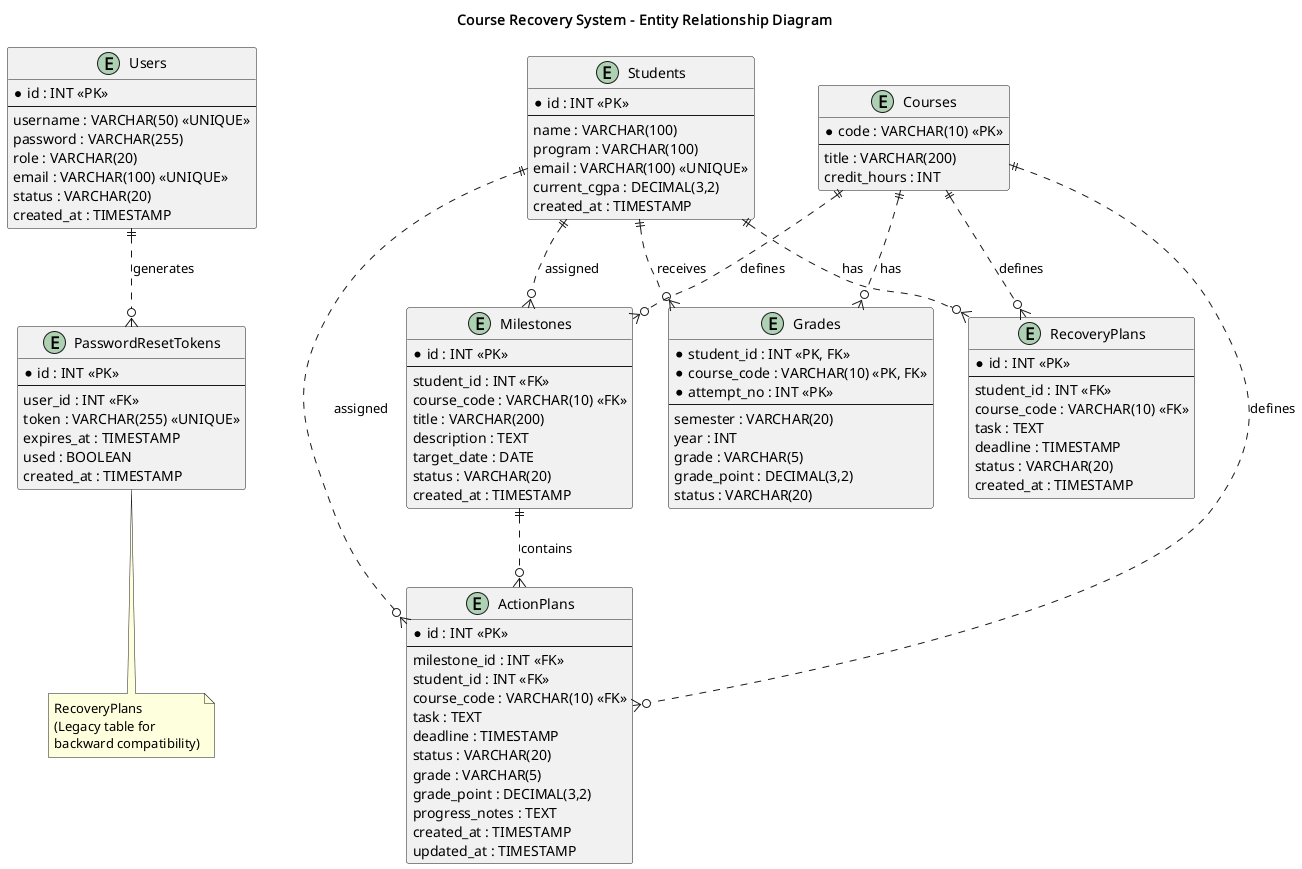
Before: plans/diagrams/erd.png, a diagram exported from PlantUML (meow-d/epda-assignment). The source it was exported from:
```plantuml
@startuml erd
title Course Recovery System - Entity Relationship Diagram

entity Users {
  *id : INT <<PK>>
  --
  username : VARCHAR(50) <<UNIQUE>>
  password : VARCHAR(255)
  role : VARCHAR(20)
  email : VARCHAR(100) <<UNIQUE>>
  status : VARCHAR(20)
  created_at : TIMESTAMP
}

entity Students {
  *id : INT <<PK>>
  --
  name : VARCHAR(100)
  program : VARCHAR(100)
  email : VARCHAR(100) <<UNIQUE>>
  current_cgpa : DECIMAL(3,2)
  created_at : TIMESTAMP
}

entity Courses {
  *code : VARCHAR(10) <<PK>>
  --
  title : VARCHAR(200)
  credit_hours : INT
}

entity Grades {
  *student_id : INT <<PK, FK>>
  *course_code : VARCHAR(10) <<PK, FK>>
  *attempt_no : INT <<PK>>
  --
  semester : VARCHAR(20)
  year : INT
  grade : VARCHAR(5)
  grade_point : DECIMAL(3,2)
  status : VARCHAR(20)
}

entity Milestones {
  *id : INT <<PK>>
  --
  student_id : INT <<FK>>
  course_code : VARCHAR(10) <<FK>>
  title : VARCHAR(200)
  description : TEXT
  target_date : DATE
  status : VARCHAR(20)
  created_at : TIMESTAMP
}

entity ActionPlans {
  *id : INT <<PK>>
  --
  milestone_id : INT <<FK>>
  student_id : INT <<FK>>
  course_code : VARCHAR(10) <<FK>>
  task : TEXT
  deadline : TIMESTAMP
  status : VARCHAR(20)
  grade : VARCHAR(5)
  grade_point : DECIMAL(3,2)
  progress_notes : TEXT
  created_at : TIMESTAMP
  updated_at : TIMESTAMP
}

entity RecoveryPlans {
  *id : INT <<PK>>
  --
  student_id : INT <<FK>>
  course_code : VARCHAR(10) <<FK>>
  task : TEXT
  deadline : TIMESTAMP
  status : VARCHAR(20)
  created_at : TIMESTAMP
}

entity PasswordResetTokens {
  *id : INT <<PK>>
  --
  user_id : INT <<FK>>
  token : VARCHAR(255) <<UNIQUE>>
  expires_at : TIMESTAMP
  used : BOOLEAN
  created_at : TIMESTAMP
}

Users ||..o{ PasswordResetTokens : "generates"
Students ||..o{ Grades : "receives"
Courses ||..o{ Grades : "has"
Students ||..o{ Milestones : "assigned"
Courses ||..o{ Milestones : "defines"
Students ||..o{ ActionPlans : "assigned"
Courses ||..o{ ActionPlans : "defines"
Milestones ||..o{ ActionPlans : "contains"
Students ||..o{ RecoveryPlans : "has"
Courses ||..o{ RecoveryPlans : "defines"

note bottom: RecoveryPlans\n(Legacy table for\nbackward compatibility)

@enduml
```
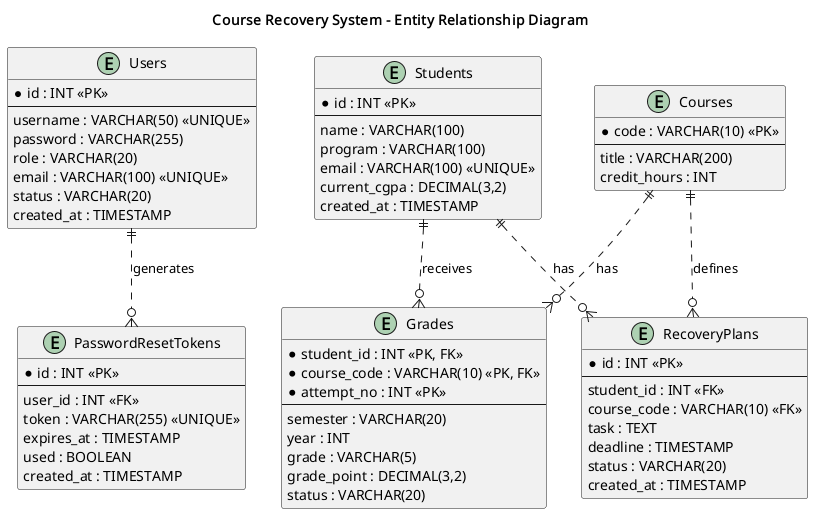
The same diagram one commit later.

Commit message:
refactor: remove unused Milestones and ActionPlans tables

Change to the diagram source:
```diff
@@ -41,34 +41,6 @@
   status : VARCHAR(20)
 }
 
-entity Milestones {
-  *id : INT <<PK>>
-  --
-  student_id : INT <<FK>>
-  course_code : VARCHAR(10) <<FK>>
-  title : VARCHAR(200)
-  description : TEXT
-  target_date : DATE
-  status : VARCHAR(20)
-  created_at : TIMESTAMP
-}
-
-entity ActionPlans {
-  *id : INT <<PK>>
-  --
-  milestone_id : INT <<FK>>
-  student_id : INT <<FK>>
-  course_code : VARCHAR(10) <<FK>>
-  task : TEXT
-  deadline : TIMESTAMP
-  status : VARCHAR(20)
-  grade : VARCHAR(5)
-  grade_point : DECIMAL(3,2)
-  progress_notes : TEXT
-  created_at : TIMESTAMP
-  updated_at : TIMESTAMP
-}
-
 entity RecoveryPlans {
   *id : INT <<PK>>
   --
@@ -93,14 +65,7 @@
 Users ||..o{ PasswordResetTokens : "generates"
 Students ||..o{ Grades : "receives"
 Courses ||..o{ Grades : "has"
-Students ||..o{ Milestones : "assigned"
-Courses ||..o{ Milestones : "defines"
-Students ||..o{ ActionPlans : "assigned"
-Courses ||..o{ ActionPlans : "defines"
-Milestones ||..o{ ActionPlans : "contains"
 Students ||..o{ RecoveryPlans : "has"
 Courses ||..o{ RecoveryPlans : "defines"
 
-note bottom: RecoveryPlans\n(Legacy table for\nbackward compatibility)
-
 @enduml
```
